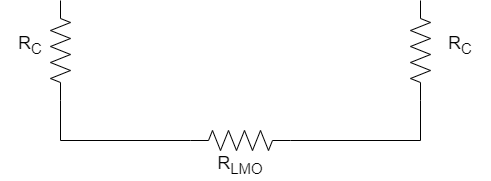
Above: Untitled Diagram.drawio.png in ridcil/Code (draw.io), before the change. Source tidied: cells renumbered, new cells last; positions are measured from the earlier drawing's top-left corner, leaving out a move shared by most shapes.
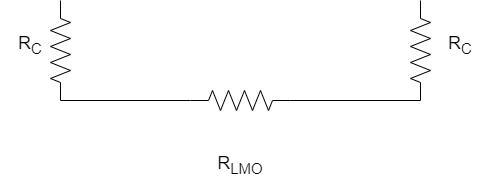
After the commit.

What changed in the source:
```diff
@@ -9,29 +9,19 @@
       <mxGeometry x="370" y="10" width="100" height="20" as="geometry" />
     </mxCell>
     <mxCell id="4" style="verticalLabelPosition=bottom;shadow=0;dashed=0;align=center;html=1;verticalAlign=top;shape=mxgraph.electrical.resistors.resistor_2;rotation=0;" parent="1" vertex="1">
-      <mxGeometry x="190" y="100" width="100" height="20" as="geometry" />
+      <mxGeometry x="190" y="60" width="100" height="20" as="geometry" />
     </mxCell>
     <mxCell id="5" style="endArrow=none;html=1;rounded=0;exitX=1;exitY=0.5;exitDx=0;exitDy=0;exitPerimeter=0;" parent="1" edge="1" source="4">
       <mxGeometry relative="1" as="geometry">
-        <mxPoint x="420" y="110" as="targetPoint" />
+        <mxPoint x="420" y="70" as="targetPoint" />
       </mxGeometry>
     </mxCell>
     <mxCell id="6" style="endArrow=none;html=1;rounded=0;" parent="1" edge="1">
       <mxGeometry relative="1" as="geometry">
-        <mxPoint x="60" y="110" as="sourcePoint" />
-        <mxPoint x="190" y="110" as="targetPoint" />
+        <mxPoint x="60" y="70" as="sourcePoint" />
+        <mxPoint x="190" y="70" as="targetPoint" />
       </mxGeometry>
     </mxCell>
-    <mxCell id="7" style="endArrow=none;html=1;rounded=0;entryX=0;entryY=0.5;entryDx=0;entryDy=0;entryPerimeter=0;" parent="1" edge="1" target="2">
-      <mxGeometry relative="1" as="geometry">
-        <mxPoint x="60" y="110" as="sourcePoint" />
-      </mxGeometry>
-    </mxCell>
-    <mxCell id="8" style="endArrow=none;html=1;rounded=0;entryX=0;entryY=0.5;entryDx=0;entryDy=0;entryPerimeter=0;" parent="1" edge="1" target="3">
-      <mxGeometry relative="1" as="geometry">
-        <mxPoint x="420" y="110" as="sourcePoint" />
-      </mxGeometry>
-    </mxCell>
     <mxCell id="9" value="&lt;font style=&quot;font-size: 18px;&quot;&gt;R&lt;sub&gt;C&lt;/sub&gt;&lt;/font&gt;" style="text;html=1;strokeColor=none;fillColor=none;align=center;verticalAlign=middle;whiteSpace=wrap;rounded=0;" parent="1" vertex="1">
       <mxGeometry width="60" height="30" as="geometry" />
     </mxCell>
```
